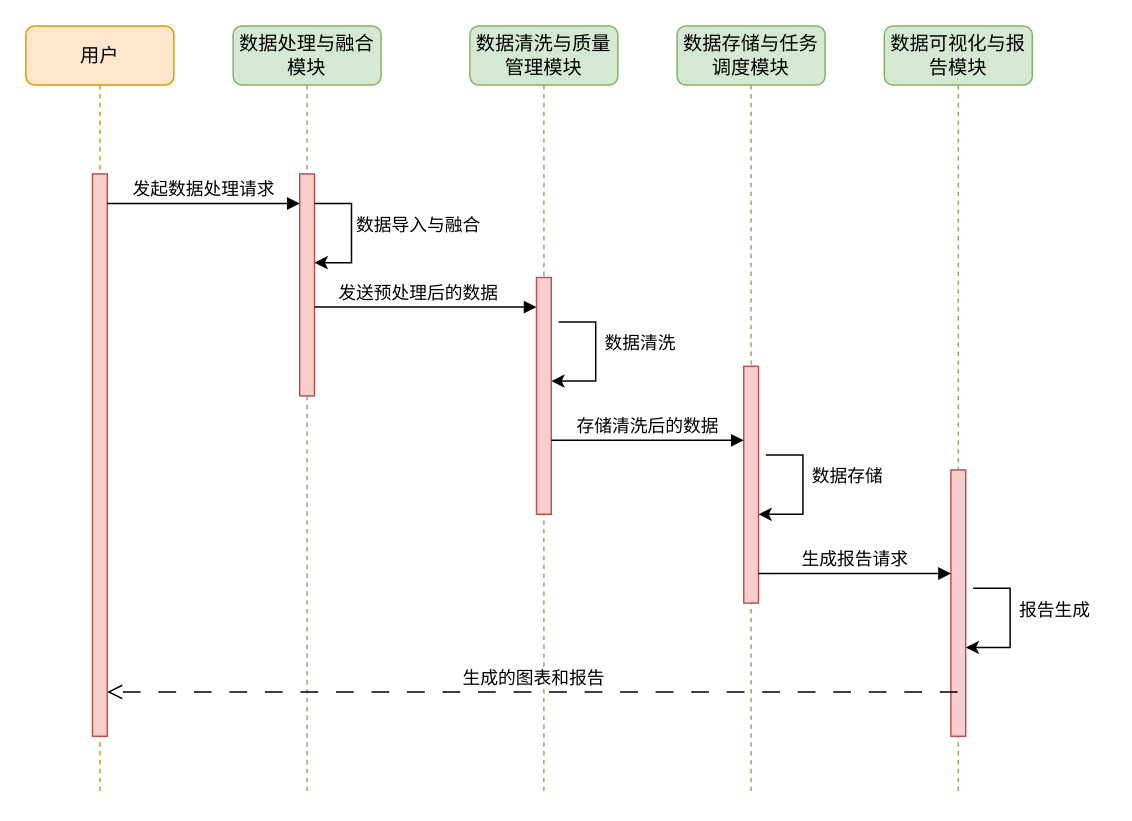
Earlier version of the draw.io diagram 多场景管理时 序设计图.drawio (jiaojb/py-crawler). Source tidied: cells renumbered, new cells numbered last; positions are measured from the earlier drawing's top-left corner, leaving out a move shared by most shapes. Both pictures are drawn from the tidied source at 148%, with x=0, y=0 at pixel (25, 25).
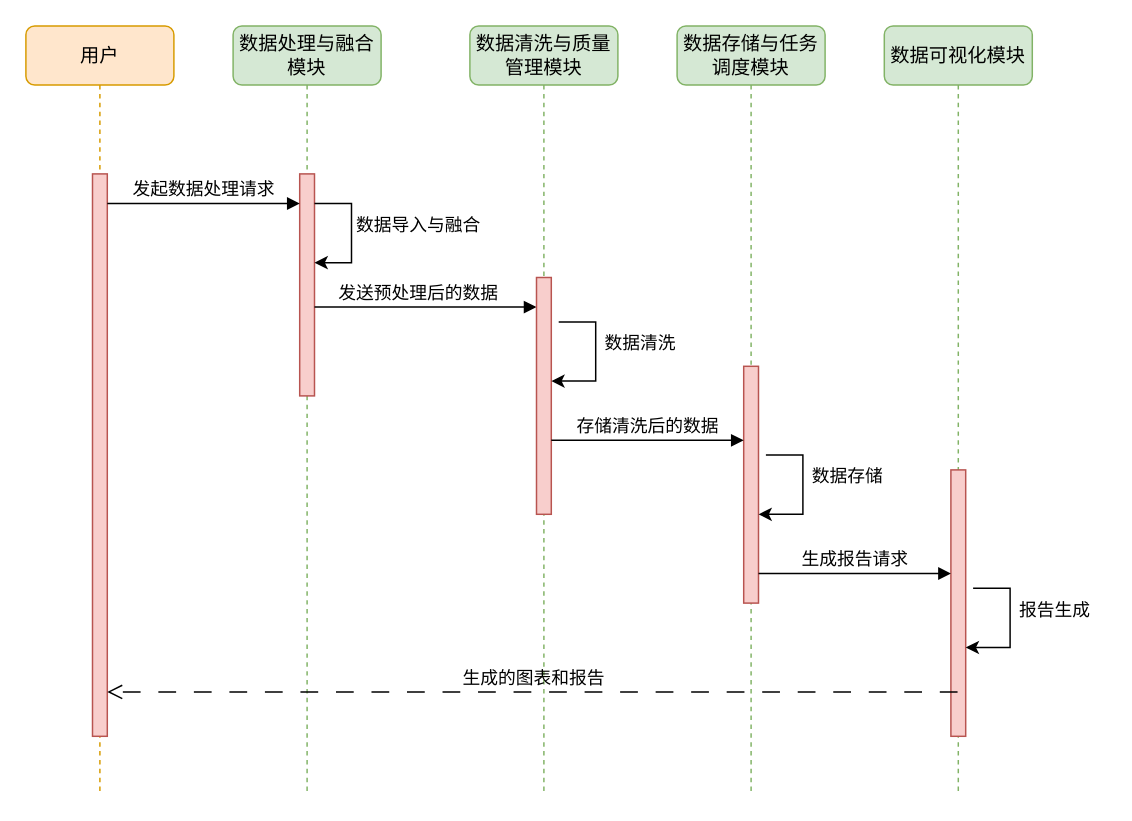
The same diagram, later.

Commit message:
更新多场景管理时 序设计图.drawio

What changed in the source:
```diff
@@
-    <mxCell id="10" value="&lt;font style=&quot;font-size: 13px;&quot; face=&quot;Verdana&quot;&gt;数据可视化与报告模块&lt;/font&gt;" style="shape=umlLifeline;perimeter=lifelinePerimeter;whiteSpace=wrap;html=1;outlineConnect=0;rounded=1;shadow=0;comic=0;labelBackgroundColor=none;strokeWidth=1;fontFamily=Verdana;fontSize=12;align=center;fillColor=#d5e8d4;strokeColor=#82b366;" parent="1" vertex="1">
+    <mxCell id="10" value="&lt;font style=&quot;font-size: 13px;&quot; face=&quot;Verdana&quot;&gt;数据可视化模块&lt;/font&gt;" style="shape=umlLifeline;perimeter=lifelinePerimeter;whiteSpace=wrap;html=1;outlineConnect=0;rounded=1;shadow=0;comic=0;labelBackgroundColor=none;strokeWidth=1;fontFamily=Verdana;fontSize=12;align=center;fillColor=#d5e8d4;strokeColor=#82b366;" parent="1" vertex="1">
       <mxGeometry x="580" width="100" height="520" as="geometry" />
     </mxCell>
```
